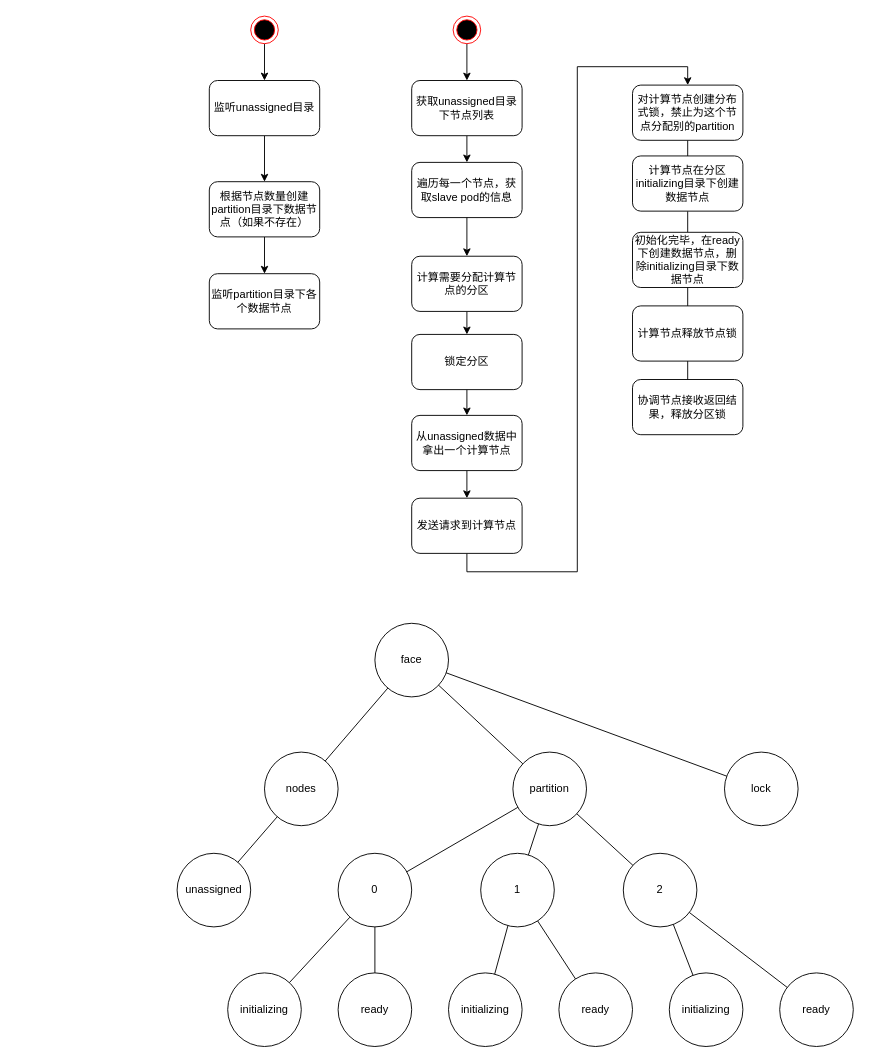
This is Distributed Calculation Design.drawio from dosjia/chart, a draw.io file, before an edit. Source tidied: cells renumbered, new cells numbered last; positions are measured from the earlier drawing's top-left corner, leaving out a move shared by most shapes. Both pictures are drawn from the tidied source at 92%, with x=0, y=0 at pixel (177, 16).
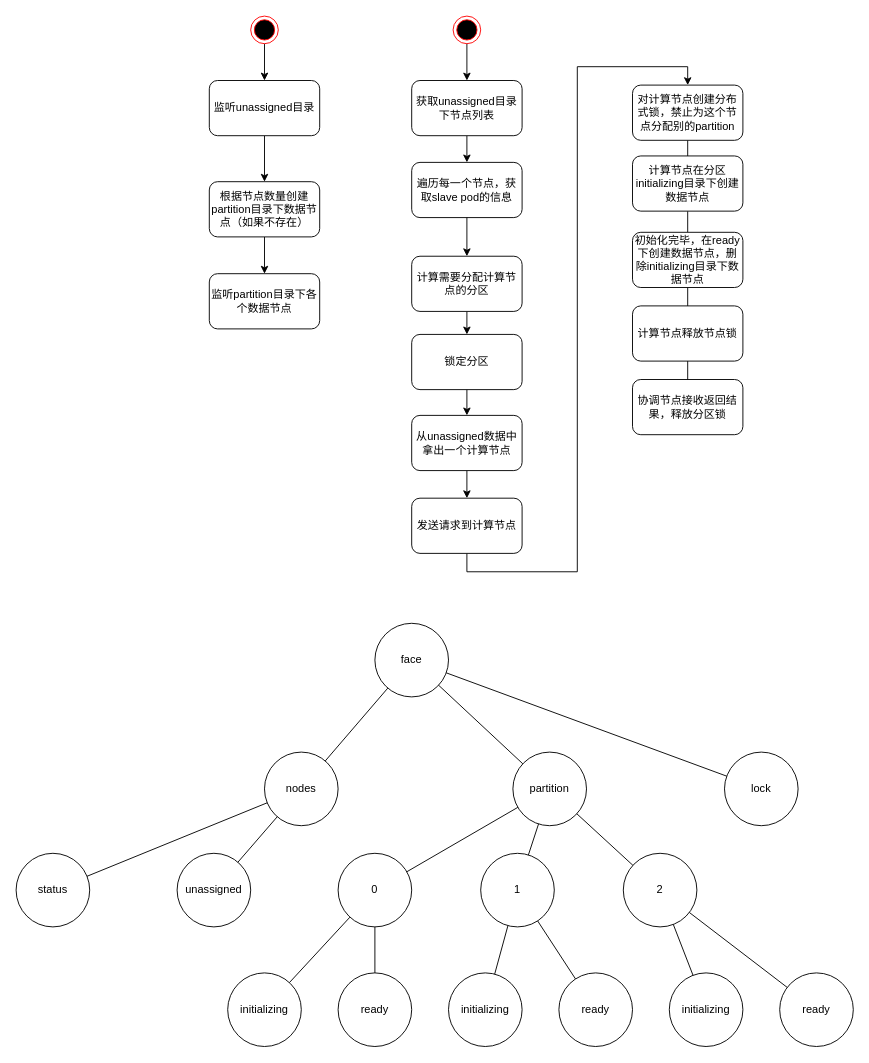
Above is the later version.

Unchanged cells that the change refers to:
```xml
<mxCell id="16" value="nodes" style="ellipse;whiteSpace=wrap;html=1;" parent="1" vertex="1">
  <mxGeometry x="95" y="800" width="80" height="80" as="geometry" />
</mxCell>
```

The edit, as a diff of the source:
```diff
@@
+    <mxCell id="59" value="status" style="ellipse;whiteSpace=wrap;html=1;" parent="1" vertex="1">
+      <mxGeometry x="-175" y="910" width="80" height="80" as="geometry" />
+    </mxCell>
+    <mxCell id="60" style="rounded=0;jettySize=auto;html=1;endArrow=none;endFill=0;" parent="1" edge="1" source="59" target="16">
+      <mxGeometry relative="1" as="geometry" />
+    </mxCell>
```
